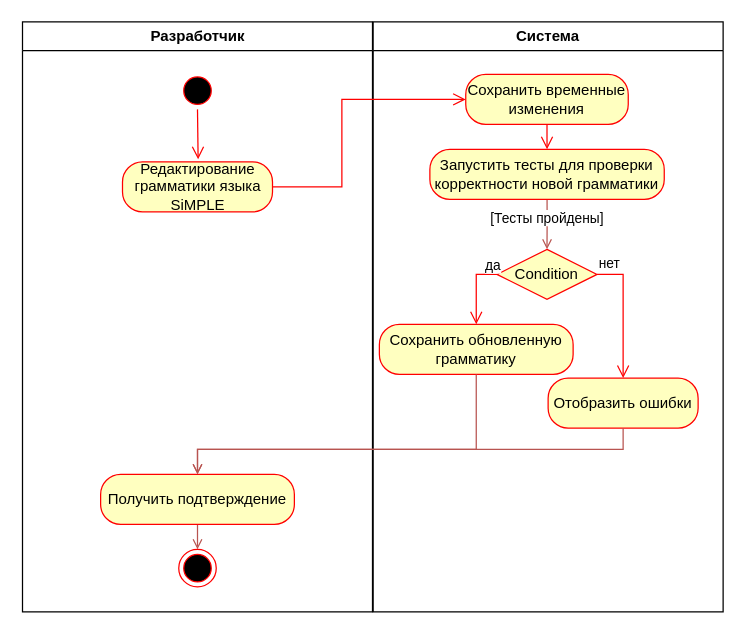
Above: 3lab3.drawio in softqwak/MSPIST (draw.io), before the change. Source tidied: cells renumbered, new cells numbered last; positions are measured from the earlier drawing's top-left corner, leaving out a move shared by most shapes. Both pictures are drawn from the tidied source at 125%, with x=0, y=0 at pixel (21, 21).
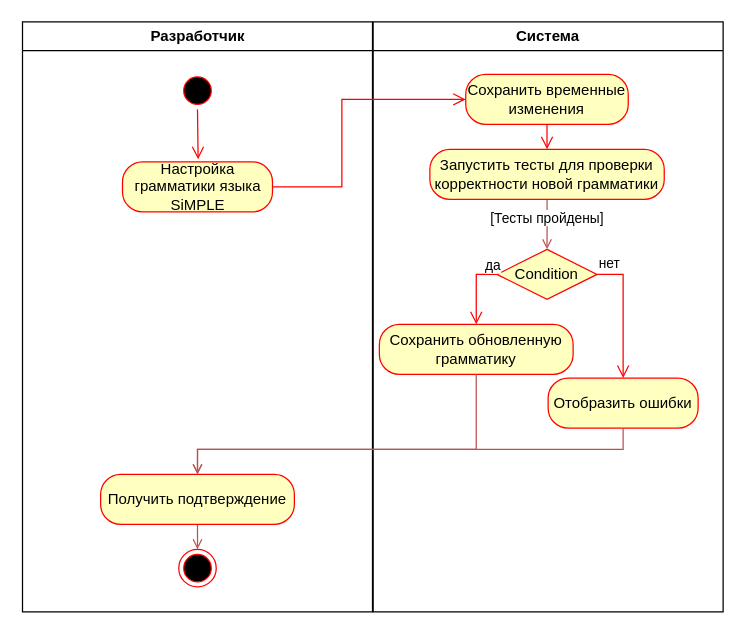
The same page after the edit.

The change refers to these unchanged cells:
```xml
<mxCell id="2" value="Разработчик" style="swimlane;whiteSpace=wrap;" parent="1" vertex="1">
  <mxGeometry x="0.5" width="280" height="472" as="geometry" />
</mxCell>
```

Change to the diagram source:
```diff
@@
-    <mxCell id="5" value="Редактирование грамматики языка SiMPLE" style="rounded=1;whiteSpace=wrap;html=1;arcSize=40;fontColor=#000000;fillColor=#ffffc0;strokeColor=#ff0000;" parent="2" vertex="1">
+    <mxCell id="5" value="Настройка грамматики языка SiMPLE" style="rounded=1;whiteSpace=wrap;html=1;arcSize=40;fontColor=#000000;fillColor=#ffffc0;strokeColor=#ff0000;" parent="2" vertex="1">
       <mxGeometry x="80" y="112" width="120" height="40" as="geometry" />
     </mxCell>
```
